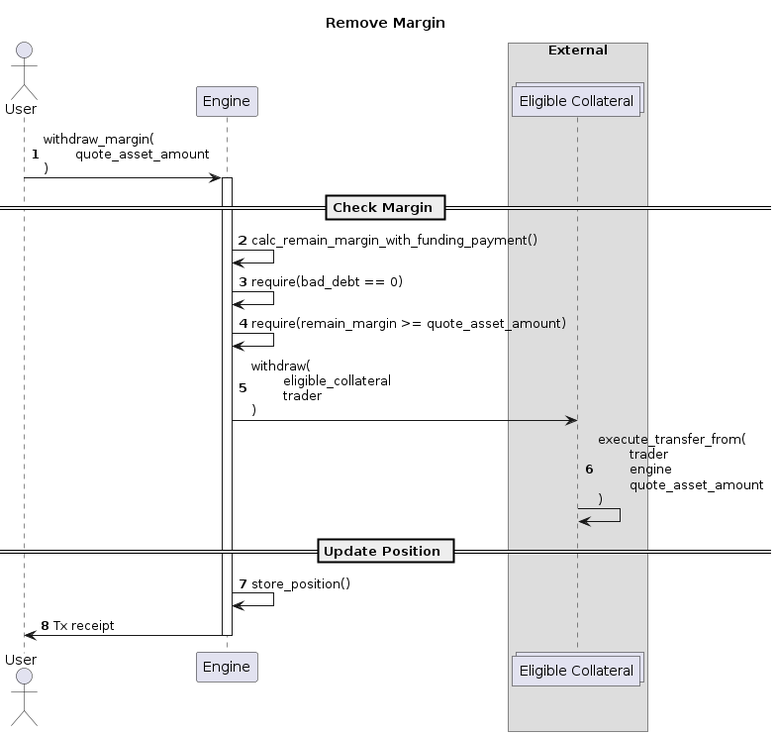
Earlier version of the PlantUML export architecture/diagrams/remove-margin.png (margined-protocol/docs).
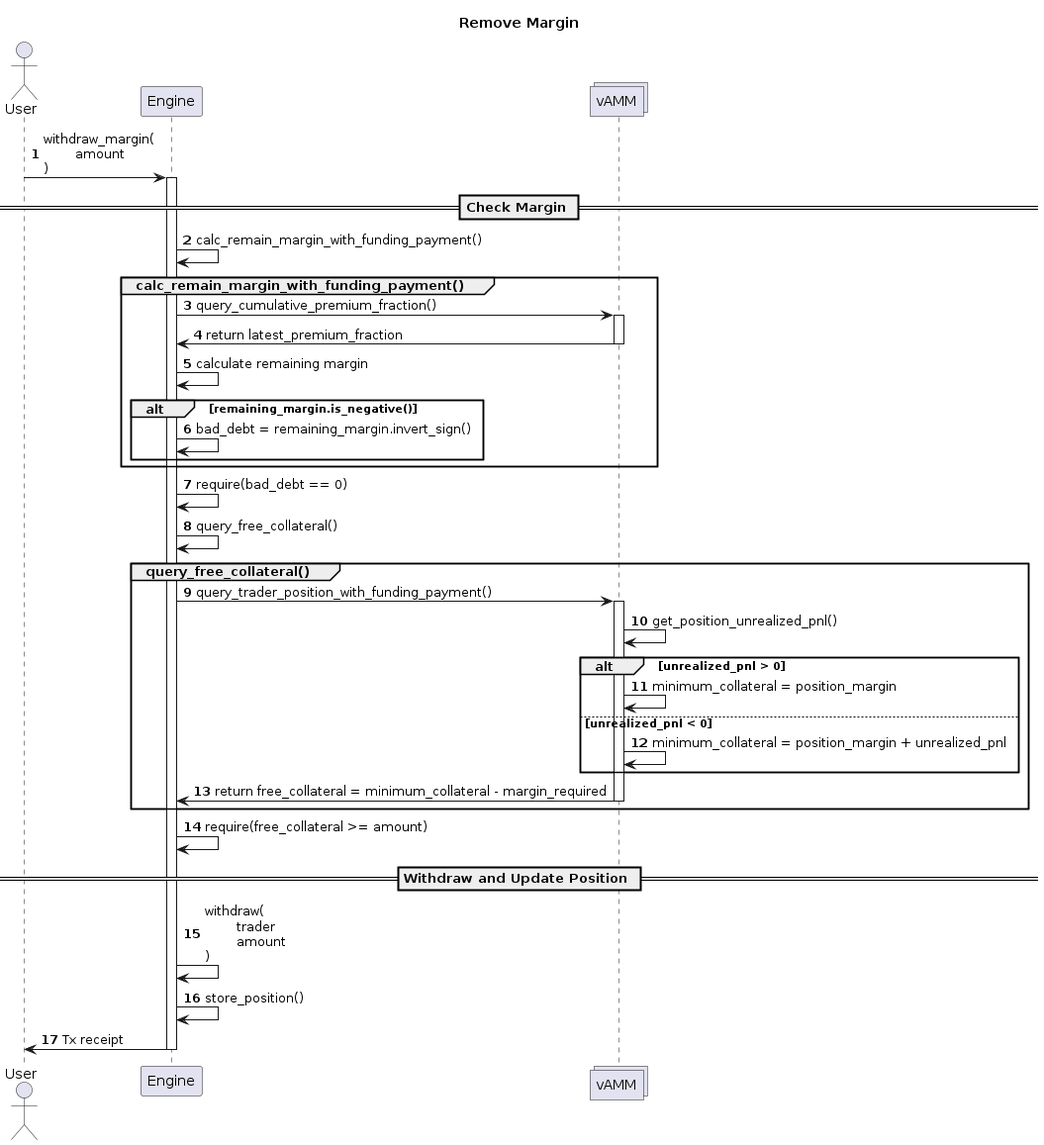
Later version of the same file.

Change to the diagram source:
```diff
@@ -4,28 +4,54 @@
 actor User
 
 participant "Engine" as engine
-
-box "External"
-    collections "Eligible Collateral" as token
-end box
-
+collections "vAMM" as vamm
 
 title Remove Margin
-User -> engine : withdraw_margin(\n\tquote_asset_amount\n)
+User -> engine : withdraw_margin(\n\tamount\n)
 activate engine
 
 == Check Margin ==
 
 engine -> engine : calc_remain_margin_with_funding_payment()
 
+Group calc_remain_margin_with_funding_payment()
+    engine -> vamm : query_cumulative_premium_fraction()
+    activate vamm
+
+    vamm -> engine : return latest_premium_fraction
+    deactivate vamm
+
+    engine -> engine : calculate remaining margin
+
+    alt remaining_margin.is_negative()
+        engine -> engine : bad_debt = remaining_margin.invert_sign()
+    end
+end
+
 engine -> engine : require(bad_debt == 0)
 
-engine -> engine : require(remain_margin >= quote_asset_amount)
+engine -> engine : query_free_collateral()
 
-engine -> token : withdraw(\n\teligible_collateral\n\ttrader\n)
+Group query_free_collateral()
+    engine -> vamm : query_trader_position_with_funding_payment()
+    activate vamm
+    vamm -> vamm : get_position_unrealized_pnl()
 
-token -> token : execute_transfer_from(\n\ttrader\n\tengine\n\tquote_asset_amount\n)
-== Update Position ==
+    alt unrealized_pnl > 0
+        vamm -> vamm : minimum_collateral = position_margin
+    else unrealized_pnl < 0
+        vamm -> vamm : minimum_collateral = position_margin + unrealized_pnl
+    end
+
+    vamm -> engine : return free_collateral = minimum_collateral - margin_required
+    deactivate vamm
+end
+
+engine -> engine : require(free_collateral >= amount)
+
+== Withdraw and Update Position ==
+
+engine -> engine : withdraw(\n\ttrader\n\tamount\n)
 
 engine -> engine : store_position()
 
```
